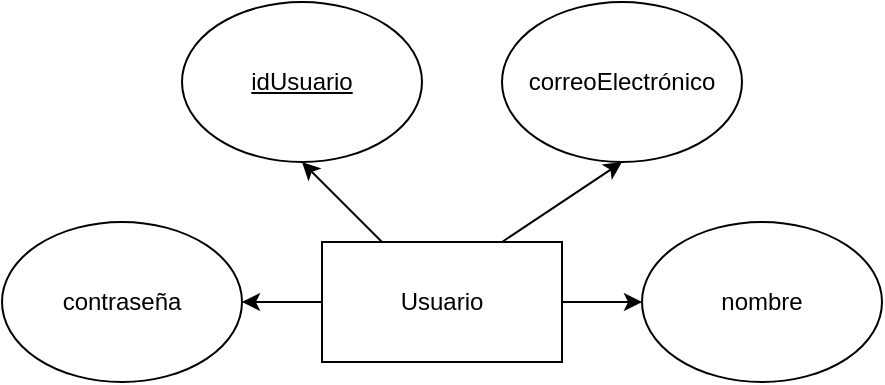
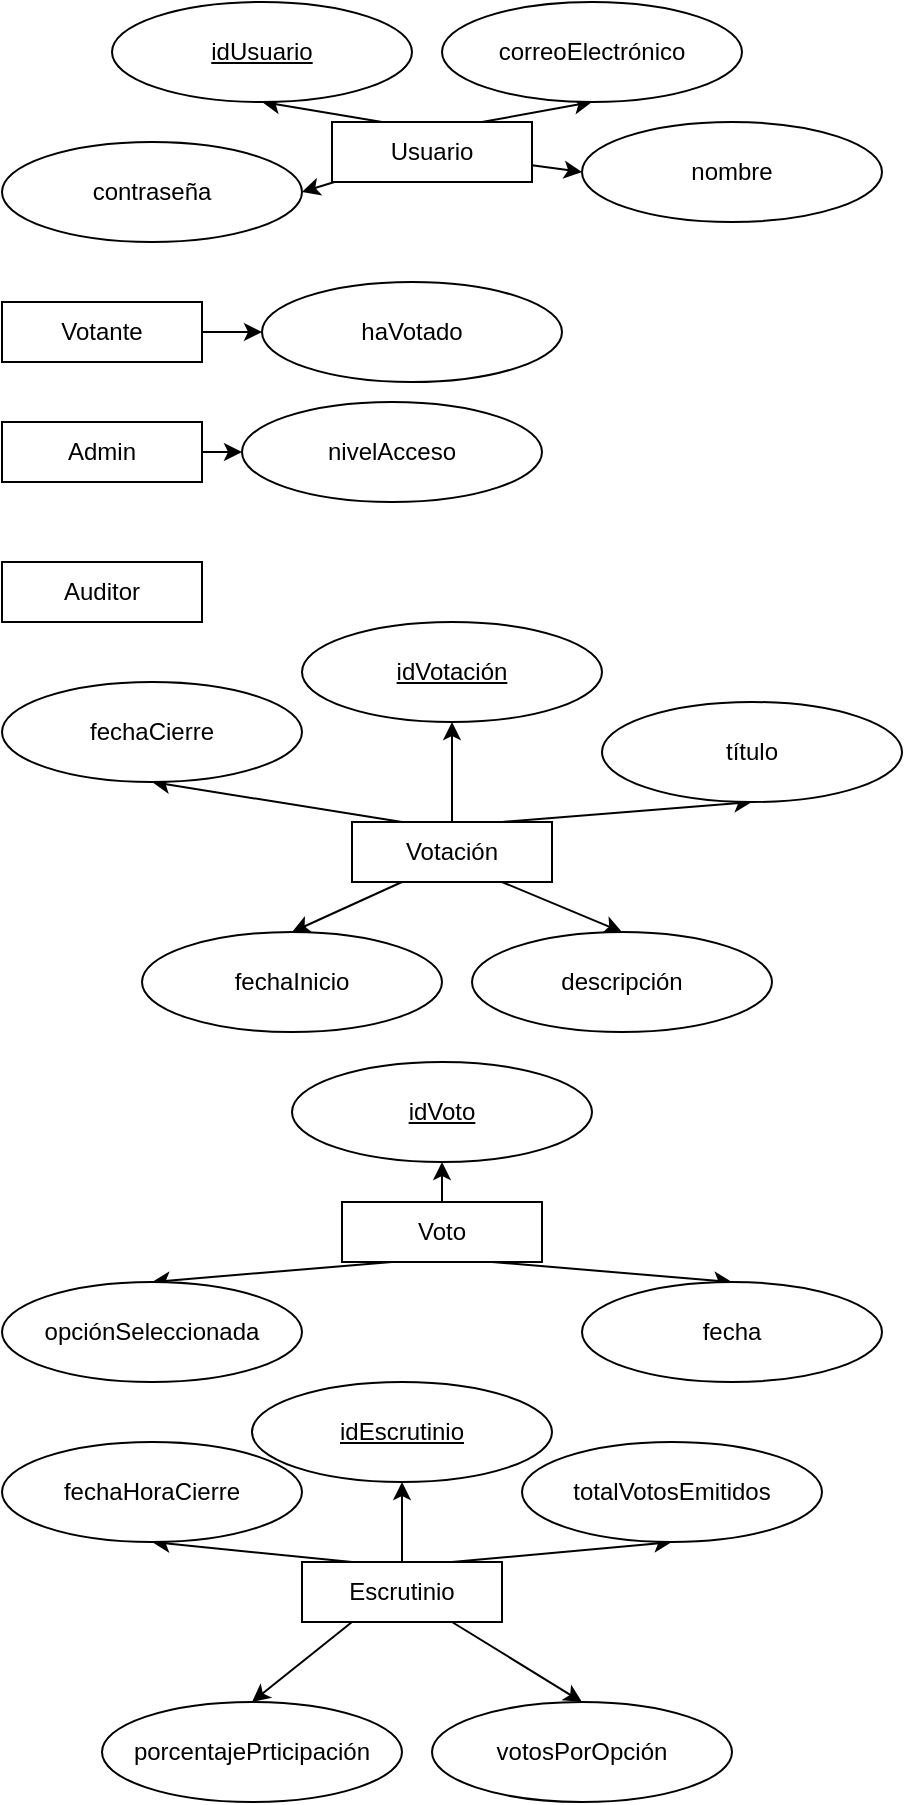
<mxfile host="65bd71144e">
    <diagram id="vLHfP7zN4zGKlD_HHL4h" name="Page-1">
-         <mxGraphModel dx="1386" dy="825" grid="1" gridSize="10" guides="1" tooltips="1" connect="1" arrows="1" fold="1" page="1" pageScale="1" pageWidth="850" pageHeight="1100" math="0" shadow="0">
+         <mxGraphModel dx="1097" dy="825" grid="1" gridSize="10" guides="1" tooltips="1" connect="1" arrows="1" fold="1" page="1" pageScale="1" pageWidth="850" pageHeight="1100" math="0" shadow="0">
            <root>
                <mxCell id="0"/>
                <mxCell id="1" parent="0"/>
                <mxCell id="10" style="edgeStyle=none;html=1;entryX=0;entryY=0.5;entryDx=0;entryDy=0;" edge="1" parent="1" source="4" target="9">
                    <mxGeometry relative="1" as="geometry"/>
                </mxCell>
                <mxCell id="14" style="edgeStyle=none;html=1;entryX=1;entryY=0.5;entryDx=0;entryDy=0;" edge="1" parent="1" source="4" target="13">
                    <mxGeometry relative="1" as="geometry"/>
                </mxCell>
                <mxCell id="19" style="edgeStyle=none;html=1;exitX=0.75;exitY=0;exitDx=0;exitDy=0;entryX=0.5;entryY=1;entryDx=0;entryDy=0;" edge="1" parent="1" source="4" target="11">
                    <mxGeometry relative="1" as="geometry"/>
                </mxCell>
                <mxCell id="20" style="edgeStyle=none;html=1;exitX=0.25;exitY=0;exitDx=0;exitDy=0;entryX=0.5;entryY=1;entryDx=0;entryDy=0;" edge="1" parent="1" source="4" target="7">
                    <mxGeometry relative="1" as="geometry"/>
                </mxCell>
                <mxCell id="4" value="Usuario" style="rounded=0;whiteSpace=wrap;html=1;" vertex="1" parent="1">
-                     <mxGeometry x="160" y="120" width="120" height="60" as="geometry"/>
+                     <mxGeometry x="165" y="60" width="100" height="30" as="geometry"/>
                </mxCell>
                <mxCell id="7" value="&lt;u&gt;idUsuario&lt;/u&gt;" style="ellipse;whiteSpace=wrap;html=1;" vertex="1" parent="1">
-                     <mxGeometry x="90" width="120" height="80" as="geometry"/>
+                     <mxGeometry x="55" width="150" height="50" as="geometry"/>
                </mxCell>
                <mxCell id="9" value="nombre" style="ellipse;whiteSpace=wrap;html=1;" vertex="1" parent="1">
-                     <mxGeometry x="320" y="110" width="120" height="80" as="geometry"/>
+                     <mxGeometry x="290" y="60" width="150" height="50" as="geometry"/>
                </mxCell>
                <mxCell id="11" value="correoElectrónico" style="ellipse;whiteSpace=wrap;html=1;" vertex="1" parent="1">
-                     <mxGeometry x="250" width="120" height="80" as="geometry"/>
+                     <mxGeometry x="220" width="150" height="50" as="geometry"/>
                </mxCell>
                <mxCell id="13" value="contraseña" style="ellipse;whiteSpace=wrap;html=1;" vertex="1" parent="1">
-                     <mxGeometry y="110" width="120" height="80" as="geometry"/>
+                     <mxGeometry y="70" width="150" height="50" as="geometry"/>
+                 </mxCell>
+                 <mxCell id="23" style="edgeStyle=none;html=1;entryX=0;entryY=0.5;entryDx=0;entryDy=0;" edge="1" parent="1" source="21" target="22">
+                     <mxGeometry relative="1" as="geometry"/>
+                 </mxCell>
+                 <mxCell id="21" value="Votante" style="rounded=0;whiteSpace=wrap;html=1;" vertex="1" parent="1">
+                     <mxGeometry y="150" width="100" height="30" as="geometry"/>
+                 </mxCell>
+                 <mxCell id="22" value="haVotado" style="ellipse;whiteSpace=wrap;html=1;" vertex="1" parent="1">
+                     <mxGeometry x="130" y="140" width="150" height="50" as="geometry"/>
+                 </mxCell>
+                 <mxCell id="28" style="edgeStyle=none;html=1;entryX=0;entryY=0.5;entryDx=0;entryDy=0;" edge="1" parent="1" source="24" target="27">
+                     <mxGeometry relative="1" as="geometry"/>
+                 </mxCell>
+                 <mxCell id="24" value="Admin" style="rounded=0;whiteSpace=wrap;html=1;" vertex="1" parent="1">
+                     <mxGeometry y="210" width="100" height="30" as="geometry"/>
+                 </mxCell>
+                 <mxCell id="27" value="nivelAcceso" style="ellipse;whiteSpace=wrap;html=1;" vertex="1" parent="1">
+                     <mxGeometry x="120" y="200" width="150" height="50" as="geometry"/>
+                 </mxCell>
+                 <mxCell id="29" value="Auditor" style="rounded=0;whiteSpace=wrap;html=1;" vertex="1" parent="1">
+                     <mxGeometry y="280" width="100" height="30" as="geometry"/>
+                 </mxCell>
+                 <mxCell id="37" style="edgeStyle=none;html=1;entryX=0.5;entryY=1;entryDx=0;entryDy=0;" edge="1" parent="1" source="30" target="31">
+                     <mxGeometry relative="1" as="geometry"/>
+                 </mxCell>
+                 <mxCell id="67" style="edgeStyle=none;html=1;exitX=0.75;exitY=0;exitDx=0;exitDy=0;entryX=0.5;entryY=0;entryDx=0;entryDy=0;" edge="1" parent="1" source="30" target="33">
+                     <mxGeometry relative="1" as="geometry"/>
+                 </mxCell>
+                 <mxCell id="68" style="edgeStyle=none;html=1;exitX=0.75;exitY=1;exitDx=0;exitDy=0;entryX=0.5;entryY=0;entryDx=0;entryDy=0;" edge="1" parent="1" source="30" target="35">
+                     <mxGeometry relative="1" as="geometry"/>
+                 </mxCell>
+                 <mxCell id="69" style="edgeStyle=none;html=1;exitX=0.25;exitY=1;exitDx=0;exitDy=0;entryX=0.5;entryY=0;entryDx=0;entryDy=0;" edge="1" parent="1" source="30" target="38">
+                     <mxGeometry relative="1" as="geometry"/>
+                 </mxCell>
+                 <mxCell id="70" style="edgeStyle=none;html=1;exitX=0.25;exitY=0;exitDx=0;exitDy=0;entryX=0.5;entryY=1;entryDx=0;entryDy=0;" edge="1" parent="1" source="30" target="39">
+                     <mxGeometry relative="1" as="geometry"/>
+                 </mxCell>
+                 <mxCell id="30" value="Votación" style="rounded=0;whiteSpace=wrap;html=1;" vertex="1" parent="1">
+                     <mxGeometry x="175" y="410" width="100" height="30" as="geometry"/>
+                 </mxCell>
+                 <mxCell id="31" value="&lt;u&gt;idVotación&lt;/u&gt;" style="ellipse;whiteSpace=wrap;html=1;" vertex="1" parent="1">
+                     <mxGeometry x="150" y="310" width="150" height="50" as="geometry"/>
+                 </mxCell>
+                 <mxCell id="33" value="título" style="ellipse;whiteSpace=wrap;html=1;direction=west;" vertex="1" parent="1">
+                     <mxGeometry x="300" y="350" width="150" height="50" as="geometry"/>
+                 </mxCell>
+                 <mxCell id="35" value="descripción" style="ellipse;whiteSpace=wrap;html=1;" vertex="1" parent="1">
+                     <mxGeometry x="235" y="465" width="150" height="50" as="geometry"/>
+                 </mxCell>
+                 <mxCell id="38" value="fechaInicio" style="ellipse;whiteSpace=wrap;html=1;" vertex="1" parent="1">
+                     <mxGeometry x="70" y="465" width="150" height="50" as="geometry"/>
+                 </mxCell>
+                 <mxCell id="39" value="fechaCierre" style="ellipse;whiteSpace=wrap;html=1;" vertex="1" parent="1">
+                     <mxGeometry y="340" width="150" height="50" as="geometry"/>
+                 </mxCell>
+                 <mxCell id="52" style="edgeStyle=none;html=1;exitX=0.5;exitY=0;exitDx=0;exitDy=0;entryX=0.5;entryY=1;entryDx=0;entryDy=0;" edge="1" parent="1" source="47" target="49">
+                     <mxGeometry relative="1" as="geometry"/>
+                 </mxCell>
+                 <mxCell id="53" style="edgeStyle=none;html=1;exitX=0.75;exitY=1;exitDx=0;exitDy=0;entryX=0.5;entryY=0;entryDx=0;entryDy=0;" edge="1" parent="1" source="47" target="50">
+                     <mxGeometry relative="1" as="geometry"/>
+                 </mxCell>
+                 <mxCell id="54" style="edgeStyle=none;html=1;exitX=0.25;exitY=1;exitDx=0;exitDy=0;entryX=0.5;entryY=0;entryDx=0;entryDy=0;" edge="1" parent="1" source="47" target="51">
+                     <mxGeometry relative="1" as="geometry"/>
+                 </mxCell>
+                 <mxCell id="47" value="Voto" style="whiteSpace=wrap;html=1;" vertex="1" parent="1">
+                     <mxGeometry x="170" y="600" width="100" height="30" as="geometry"/>
+                 </mxCell>
+                 <mxCell id="49" value="&lt;u&gt;idVoto&lt;/u&gt;" style="ellipse;whiteSpace=wrap;html=1;" vertex="1" parent="1">
+                     <mxGeometry x="145" y="530" width="150" height="50" as="geometry"/>
+                 </mxCell>
+                 <mxCell id="50" value="fecha" style="ellipse;whiteSpace=wrap;html=1;" vertex="1" parent="1">
+                     <mxGeometry x="290" y="640" width="150" height="50" as="geometry"/>
+                 </mxCell>
+                 <mxCell id="51" value="opciónSeleccionada" style="ellipse;whiteSpace=wrap;html=1;" vertex="1" parent="1">
+                     <mxGeometry y="640" width="150" height="50" as="geometry"/>
+                 </mxCell>
+                 <mxCell id="62" style="edgeStyle=none;html=1;exitX=0.5;exitY=0;exitDx=0;exitDy=0;entryX=0.5;entryY=1;entryDx=0;entryDy=0;" edge="1" parent="1" source="55" target="58">
+                     <mxGeometry relative="1" as="geometry"/>
+                 </mxCell>
+                 <mxCell id="63" style="edgeStyle=none;html=1;exitX=0.75;exitY=0;exitDx=0;exitDy=0;entryX=0.5;entryY=1;entryDx=0;entryDy=0;" edge="1" parent="1" source="55" target="59">
+                     <mxGeometry relative="1" as="geometry"/>
+                 </mxCell>
+                 <mxCell id="64" style="edgeStyle=none;html=1;exitX=0.25;exitY=0;exitDx=0;exitDy=0;entryX=0.5;entryY=1;entryDx=0;entryDy=0;" edge="1" parent="1" source="55" target="61">
+                     <mxGeometry relative="1" as="geometry"/>
+                 </mxCell>
+                 <mxCell id="65" style="edgeStyle=none;html=1;exitX=0.25;exitY=1;exitDx=0;exitDy=0;entryX=0.5;entryY=0;entryDx=0;entryDy=0;" edge="1" parent="1" source="55" target="57">
+                     <mxGeometry relative="1" as="geometry"/>
+                 </mxCell>
+                 <mxCell id="66" style="edgeStyle=none;html=1;exitX=0.75;exitY=1;exitDx=0;exitDy=0;entryX=0.5;entryY=0;entryDx=0;entryDy=0;" edge="1" parent="1" source="55" target="60">
+                     <mxGeometry relative="1" as="geometry"/>
+                 </mxCell>
+                 <mxCell id="55" value="Escrutinio" style="rounded=0;whiteSpace=wrap;html=1;" vertex="1" parent="1">
+                     <mxGeometry x="150" y="780" width="100" height="30" as="geometry"/>
+                 </mxCell>
+                 <mxCell id="57" value="porcentajePrticipación" style="ellipse;whiteSpace=wrap;html=1;" vertex="1" parent="1">
+                     <mxGeometry x="50" y="850" width="150" height="50" as="geometry"/>
+                 </mxCell>
+                 <mxCell id="58" value="&lt;u&gt;idEscrutinio&lt;/u&gt;" style="ellipse;whiteSpace=wrap;html=1;" vertex="1" parent="1">
+                     <mxGeometry x="125" y="690" width="150" height="50" as="geometry"/>
+                 </mxCell>
+                 <mxCell id="59" value="totalVotosEmitidos" style="ellipse;whiteSpace=wrap;html=1;" vertex="1" parent="1">
+                     <mxGeometry x="260" y="720" width="150" height="50" as="geometry"/>
+                 </mxCell>
+                 <mxCell id="60" value="votosPorOpción" style="ellipse;whiteSpace=wrap;html=1;" vertex="1" parent="1">
+                     <mxGeometry x="215" y="850" width="150" height="50" as="geometry"/>
+                 </mxCell>
+                 <mxCell id="61" value="fechaHoraCierre" style="ellipse;whiteSpace=wrap;html=1;" vertex="1" parent="1">
+                     <mxGeometry y="720" width="150" height="50" as="geometry"/>
                </mxCell>
            </root>
        </mxGraphModel>
    </diagram>
</mxfile>